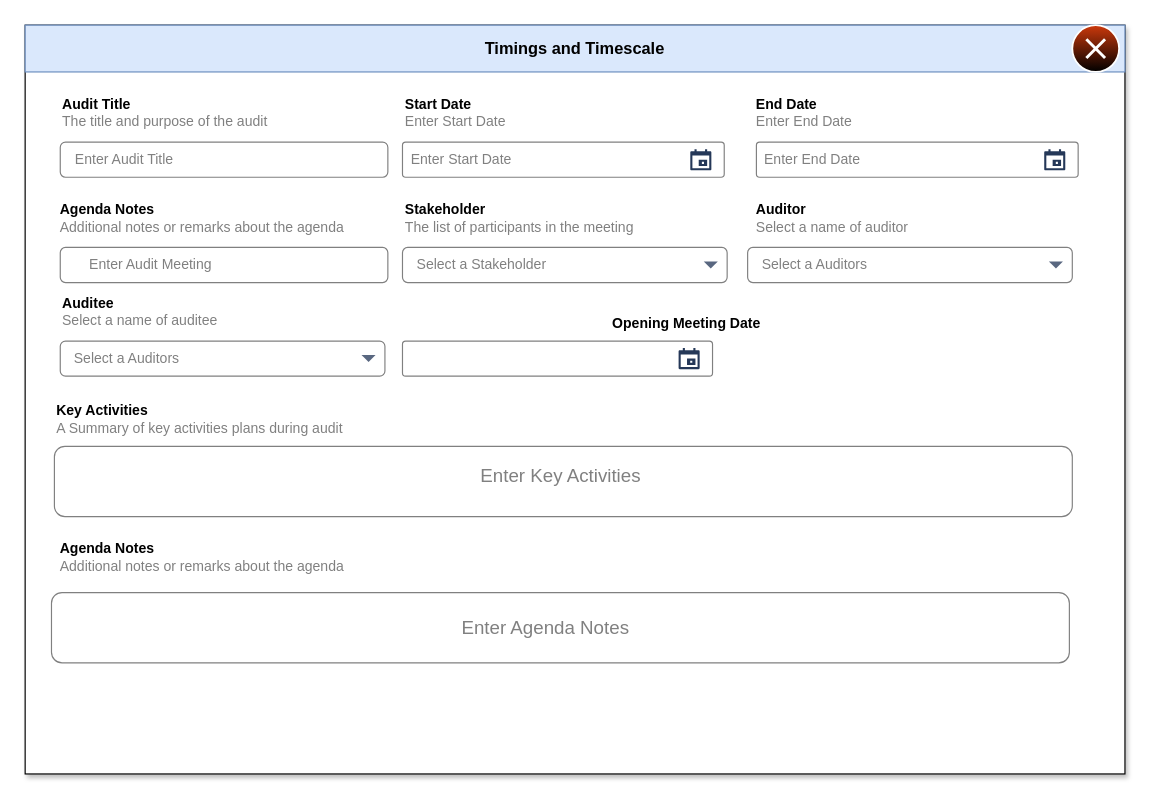
The draw.io diagram page "Timings and Timescale" (5 of 8) of Audit Screeen.drawio in AvikM1996/draw.io, before the edit. Source tidied: cells renumbered, new cells numbered last; positions are measured from the earlier drawing's top-left corner, leaving out a move shared by most shapes. Both pictures are drawn from the tidied source at 117%, with x=0, y=0 at pixel (25, 25).
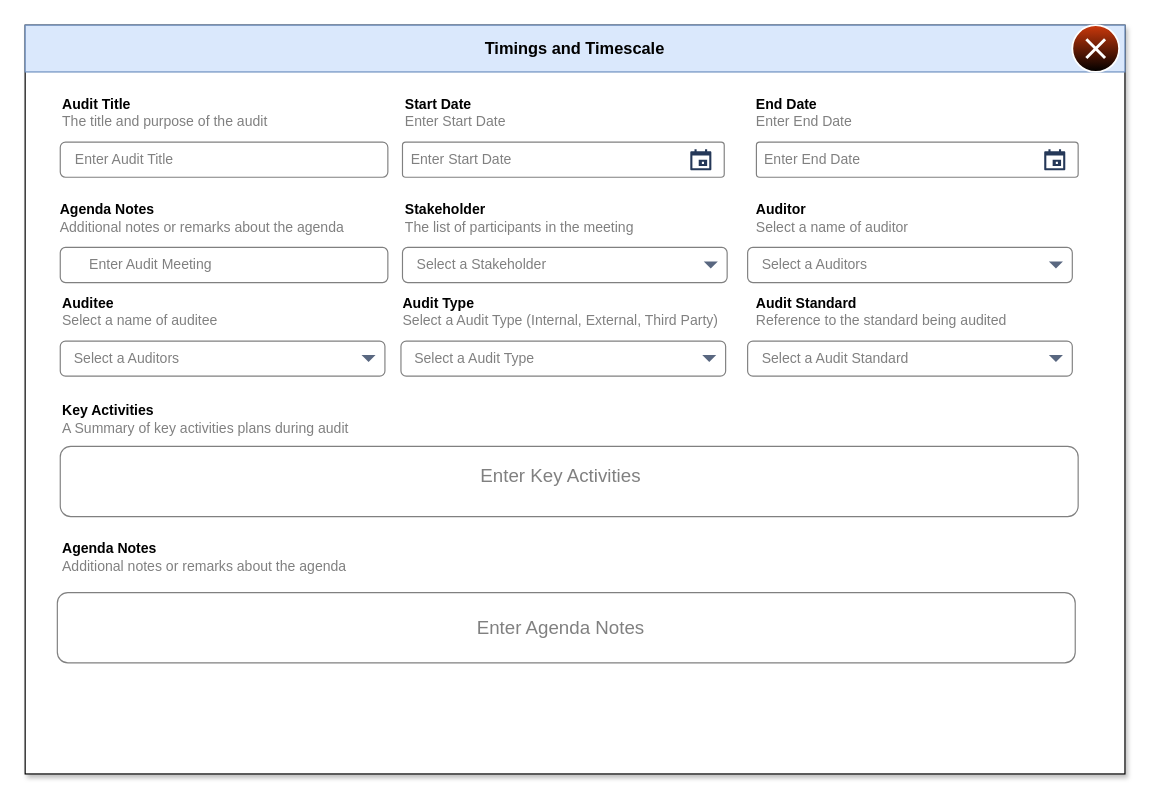
Above is the later version.

The edit, as a diff of the source:
```diff
@@
-    <mxCell id="5" value="&lt;b&gt;Opening Meeting Date&lt;/b&gt;" style="text;html=1;align=center;verticalAlign=middle;whiteSpace=wrap;rounded=0;" parent="1" vertex="1">
-      <mxGeometry x="487.5" y="240" width="155" height="30" as="geometry" />
-    </mxCell>
@@
-    <mxCell id="10" style="rounded=1;arcSize=9;fillColor=#ffffff;align=left;spacingLeft=5;strokeColor=#808080;html=1;strokeWidth=1;fontColor=#253858;fontSize=12;shadow=0;" parent="1" vertex="1">
-      <mxGeometry x="322.5" y="270" width="265" height="30" as="geometry" />
-    </mxCell>
-    <mxCell id="11" style="shape=mxgraph.gmdl.calendar;fillColor=#253858;strokeColor=none;" parent="10" vertex="1">
-      <mxGeometry x="1" y="0.5" width="18" height="18" relative="1" as="geometry">
-        <mxPoint x="-29" y="-9" as="offset" />
-      </mxGeometry>
-    </mxCell>
@@
     <mxCell id="15" value="&lt;div&gt;&lt;br&gt;&lt;/div&gt;" style="rounded=1;whiteSpace=wrap;html=1;align=left;gradientColor=none;strokeWidth=1;strokeColor=#808080;" parent="1" vertex="1">
-      <mxGeometry x="25" y="360" width="870" height="60" as="geometry" />
+      <mxGeometry x="30" y="360" width="870" height="60" as="geometry" />
     </mxCell>
@@
     <mxCell id="18" value="&lt;div&gt;&lt;br&gt;&lt;/div&gt;" style="rounded=1;whiteSpace=wrap;html=1;align=left;gradientColor=none;strokeWidth=1;strokeColor=#808080;" parent="1" vertex="1">
-      <mxGeometry x="22.5" y="485" width="870" height="60" as="geometry" />
+      <mxGeometry x="27.5" y="485" width="870" height="60" as="geometry" />
     </mxCell>
     <mxCell id="19" value="&lt;div style=&quot;&quot;&gt;&lt;b&gt;Agenda Notes&lt;/b&gt;&lt;/div&gt;&lt;font color=&quot;#808080&quot;&gt;Additional notes or remarks about the agenda&lt;/font&gt;" style="text;html=1;align=left;verticalAlign=middle;whiteSpace=wrap;rounded=0;" parent="1" vertex="1">
-      <mxGeometry x="27.5" y="440" width="315" height="30" as="geometry" />
+      <mxGeometry x="30" y="440" width="315" height="30" as="geometry" />
     </mxCell>
     <mxCell id="20" value="&lt;font color=&quot;#808080&quot; style=&quot;font-size: 16px;&quot;&gt;Enter Agenda Notes&lt;/font&gt;" style="text;html=1;align=center;verticalAlign=middle;whiteSpace=wrap;rounded=0;" parent="1" vertex="1">
-      <mxGeometry x="175" y="500" width="540" height="30" as="geometry" />
+      <mxGeometry x="187.5" y="500" width="540" height="30" as="geometry" />
     </mxCell>
@@
     <mxCell id="23" value="&lt;div style=&quot;&quot;&gt;&lt;span style=&quot;color: rgb(128, 128, 128); background-color: initial;&quot;&gt;&lt;br&gt;&lt;/span&gt;&lt;/div&gt;&lt;div style=&quot;&quot;&gt;&lt;b style=&quot;background-color: initial;&quot;&gt;Key Activities&lt;/b&gt;&lt;/div&gt;&lt;div style=&quot;&quot;&gt;&lt;font color=&quot;#808080&quot;&gt;A Summary of key activities plans during audit&lt;/font&gt;&lt;br style=&quot;text-align: center;&quot;&gt;&lt;/div&gt;" style="text;html=1;align=left;verticalAlign=middle;whiteSpace=wrap;rounded=0;" parent="1" vertex="1">
-      <mxGeometry x="25" y="310" width="315" height="40" as="geometry" />
+      <mxGeometry x="30" y="310" width="315" height="40" as="geometry" />
     </mxCell>
@@
+    <mxCell id="35" value="&lt;font color=&quot;#808080&quot;&gt;Select a Audit Type&lt;/font&gt;" style="rounded=1;html=1;whiteSpace=wrap;align=left;fontSize=12;spacingLeft=10;sketch=0;strokeColor=#808080;" parent="1" vertex="1">
+      <mxGeometry x="321.2" y="270" width="277.5" height="30" as="geometry" />
+    </mxCell>
+    <mxCell id="36" style="shape=triangle;direction=south;fillColor=#596780;strokeColor=none;html=1;sketch=0;" parent="35" vertex="1">
+      <mxGeometry x="1" y="0.5" width="12" height="6" relative="1" as="geometry">
+        <mxPoint x="-20" y="-3" as="offset" />
+      </mxGeometry>
+    </mxCell>
+    <mxCell id="37" value="&lt;div style=&quot;&quot;&gt;&lt;b&gt;Audit Type&lt;/b&gt;&lt;/div&gt;&lt;font color=&quot;#808080&quot;&gt;Select a Audit Type (Internal, External, Third Party)&lt;/font&gt;" style="text;html=1;align=left;verticalAlign=middle;whiteSpace=wrap;rounded=0;" parent="1" vertex="1">
+      <mxGeometry x="321.2" y="230" width="315" height="30" as="geometry" />
+    </mxCell>
+    <mxCell id="38" value="&lt;font color=&quot;#808080&quot;&gt;Select a Audit Standard&lt;/font&gt;" style="rounded=1;html=1;whiteSpace=wrap;align=left;fontSize=12;spacingLeft=10;sketch=0;strokeColor=#808080;" parent="1" vertex="1">
+      <mxGeometry x="617.5" y="270" width="277.5" height="30" as="geometry" />
+    </mxCell>
+    <mxCell id="39" style="shape=triangle;direction=south;fillColor=#596780;strokeColor=none;html=1;sketch=0;" parent="38" vertex="1">
+      <mxGeometry x="1" y="0.5" width="12" height="6" relative="1" as="geometry">
+        <mxPoint x="-20" y="-3" as="offset" />
+      </mxGeometry>
+    </mxCell>
+    <mxCell id="40" value="&lt;div style=&quot;&quot;&gt;&lt;b&gt;Audit Standard&lt;/b&gt;&lt;/div&gt;&lt;font color=&quot;#808080&quot;&gt;Reference to the standard being audited&amp;nbsp;&lt;/font&gt;" style="text;html=1;align=left;verticalAlign=middle;whiteSpace=wrap;rounded=0;" parent="1" vertex="1">
+      <mxGeometry x="622.5" y="230" width="315" height="30" as="geometry" />
+    </mxCell>
```
